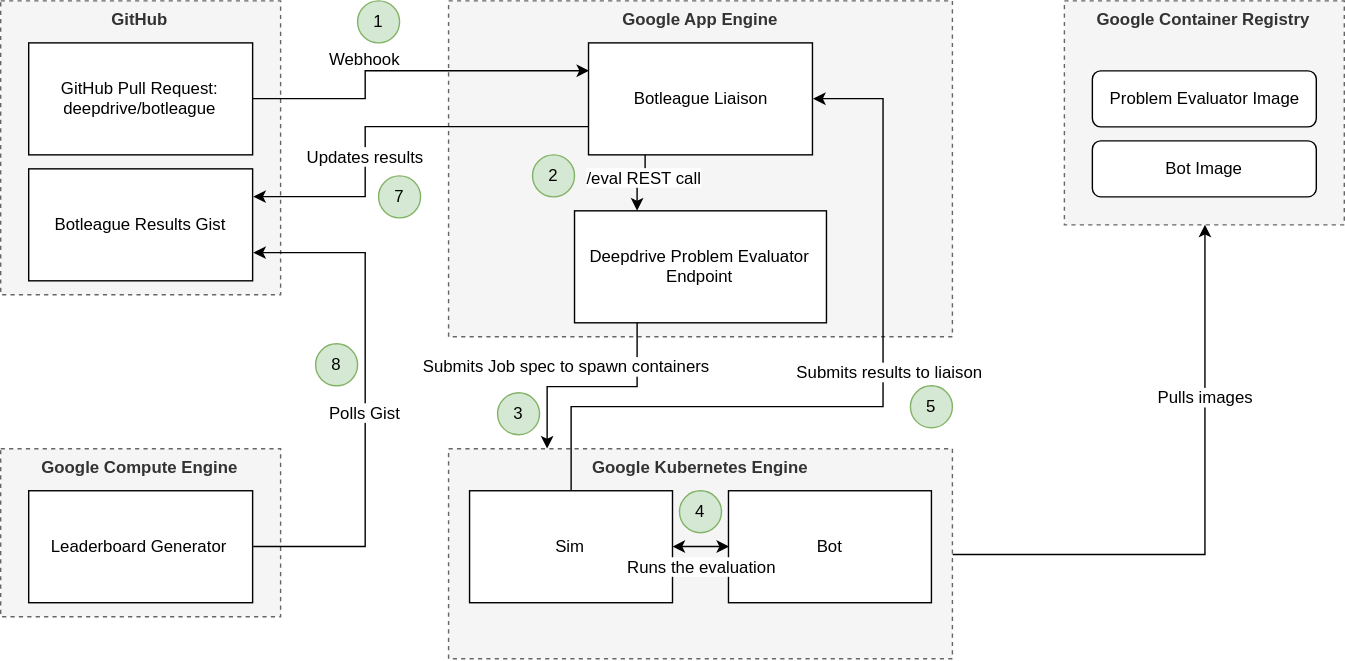
Earlier version of the draw.io export Botleague_Dataflow.svg (botleague/botleague). Source tidied: cells renumbered, new cells last; positions are measured from the earlier drawing's top-left corner, leaving out a move shared by most shapes.
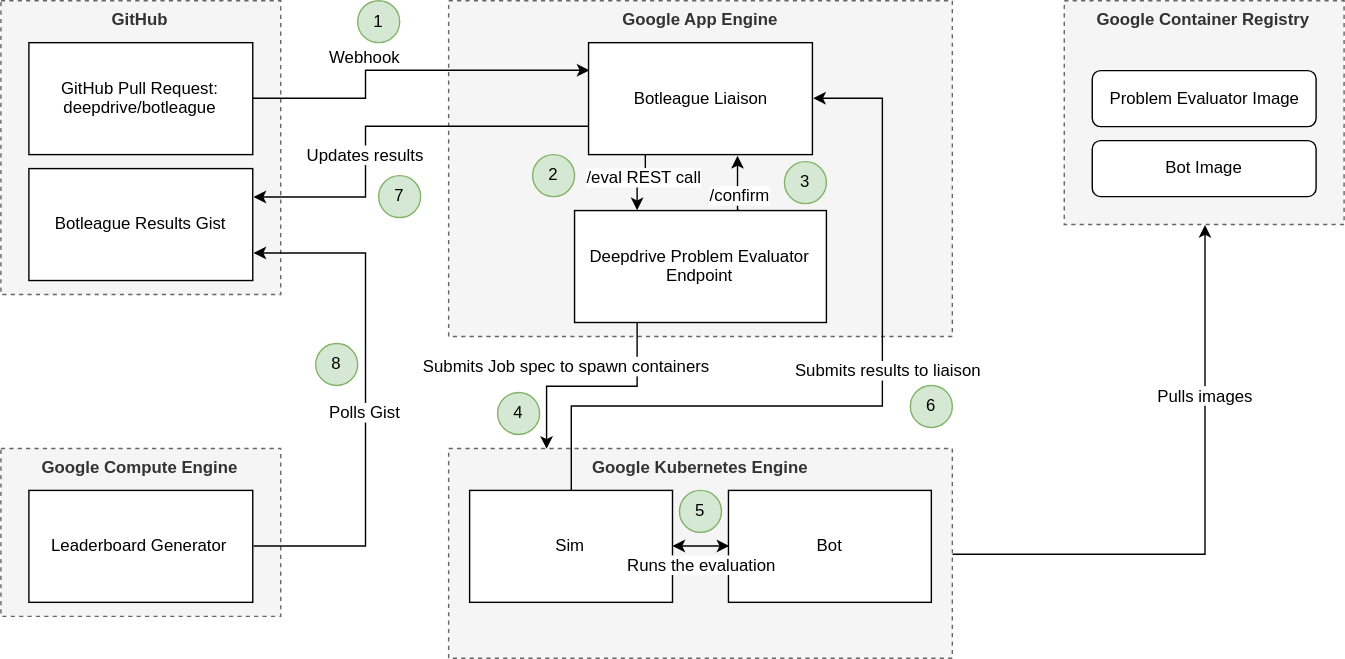
The same diagram one commit later.

The edit, as a diff of the source:
```diff
@@ -127,7 +127,7 @@
     <mxCell id="30" value="Botleague Results Gist&lt;br&gt;" style="rounded=0;whiteSpace=wrap;html=1;" parent="1" vertex="1">
       <mxGeometry x="20" y="120" width="160" height="80" as="geometry" />
     </mxCell>
-    <mxCell id="31" value="4" style="ellipse;whiteSpace=wrap;html=1;align=center;verticalAlign=middle;fillColor=#d5e8d4;strokeColor=#82b366;spacing=0;fontStyle=0;" parent="1" vertex="1">
+    <mxCell id="31" value="5" style="ellipse;whiteSpace=wrap;html=1;align=center;verticalAlign=middle;fillColor=#d5e8d4;strokeColor=#82b366;spacing=0;fontStyle=0;" parent="1" vertex="1">
       <mxGeometry x="485" y="350" width="30" height="30" as="geometry" />
     </mxCell>
     <mxCell id="32" value="1" style="ellipse;whiteSpace=wrap;html=1;align=center;verticalAlign=middle;fillColor=#d5e8d4;strokeColor=#82b366;spacing=0;fontStyle=0;" parent="1" vertex="1">
@@ -136,7 +136,7 @@
     <mxCell id="33" value="2" style="ellipse;whiteSpace=wrap;html=1;align=center;verticalAlign=middle;fillColor=#d5e8d4;strokeColor=#82b366;spacing=0;fontStyle=0;" parent="1" vertex="1">
       <mxGeometry x="380" y="110" width="30" height="30" as="geometry" />
     </mxCell>
-    <mxCell id="34" value="3" style="ellipse;whiteSpace=wrap;html=1;align=center;verticalAlign=middle;fillColor=#d5e8d4;strokeColor=#82b366;spacing=0;fontStyle=0;" parent="1" vertex="1">
+    <mxCell id="34" value="4" style="ellipse;whiteSpace=wrap;html=1;align=center;verticalAlign=middle;fillColor=#d5e8d4;strokeColor=#82b366;spacing=0;fontStyle=0;" parent="1" vertex="1">
       <mxGeometry x="355" y="280" width="30" height="30" as="geometry" />
     </mxCell>
     <mxCell id="35" value="7" style="ellipse;whiteSpace=wrap;html=1;align=center;verticalAlign=middle;fillColor=#d5e8d4;strokeColor=#82b366;spacing=0;fontStyle=0;" parent="1" vertex="1">
@@ -145,11 +145,20 @@
     <mxCell id="36" value="8" style="ellipse;whiteSpace=wrap;html=1;align=center;verticalAlign=middle;fillColor=#d5e8d4;strokeColor=#82b366;spacing=0;fontStyle=0;" parent="1" vertex="1">
       <mxGeometry x="225" y="245" width="30" height="30" as="geometry" />
     </mxCell>
-    <mxCell id="37" value="5" style="ellipse;whiteSpace=wrap;html=1;align=center;verticalAlign=middle;fillColor=#d5e8d4;strokeColor=#82b366;spacing=0;fontStyle=0;" parent="1" vertex="1">
+    <mxCell id="37" value="6" style="ellipse;whiteSpace=wrap;html=1;align=center;verticalAlign=middle;fillColor=#d5e8d4;strokeColor=#82b366;spacing=0;fontStyle=0;" parent="1" vertex="1">
       <mxGeometry x="650" y="275" width="30" height="30" as="geometry" />
     </mxCell>
     <mxCell id="38" value="Runs the evaluation" style="text;html=1;align=center;verticalAlign=middle;labelBackgroundColor=#ffffff;" parent="1" vertex="1">
       <mxGeometry x="499.9" y="402.9" as="geometry" />
     </mxCell>
+    <mxCell id="39" style="edgeStyle=orthogonalEdgeStyle;rounded=0;jettySize=auto;html=1;exitX=0.656;exitY=-0.005;exitDx=0;exitDy=0;entryX=0.668;entryY=1.004;entryDx=0;entryDy=0;entryPerimeter=0;exitPerimeter=0;" parent="1" edge="1" source="18" target="17">
+      <mxGeometry relative="1" as="geometry" />
+    </mxCell>
+    <mxCell id="40" value="/confirm" style="text;html=1;align=center;verticalAlign=middle;labelBackgroundColor=#ffffff;" parent="39" vertex="1">
+      <mxGeometry x="-0.34" y="-1" relative="1" as="geometry" />
+    </mxCell>
+    <mxCell id="41" value="3" style="ellipse;whiteSpace=wrap;html=1;align=center;verticalAlign=middle;fillColor=#d5e8d4;strokeColor=#82b366;spacing=0;fontStyle=0;" parent="1" vertex="1">
+      <mxGeometry x="560" y="115" width="30" height="30" as="geometry" />
+    </mxCell>
   </root>
 </mxGraphModel>
```
